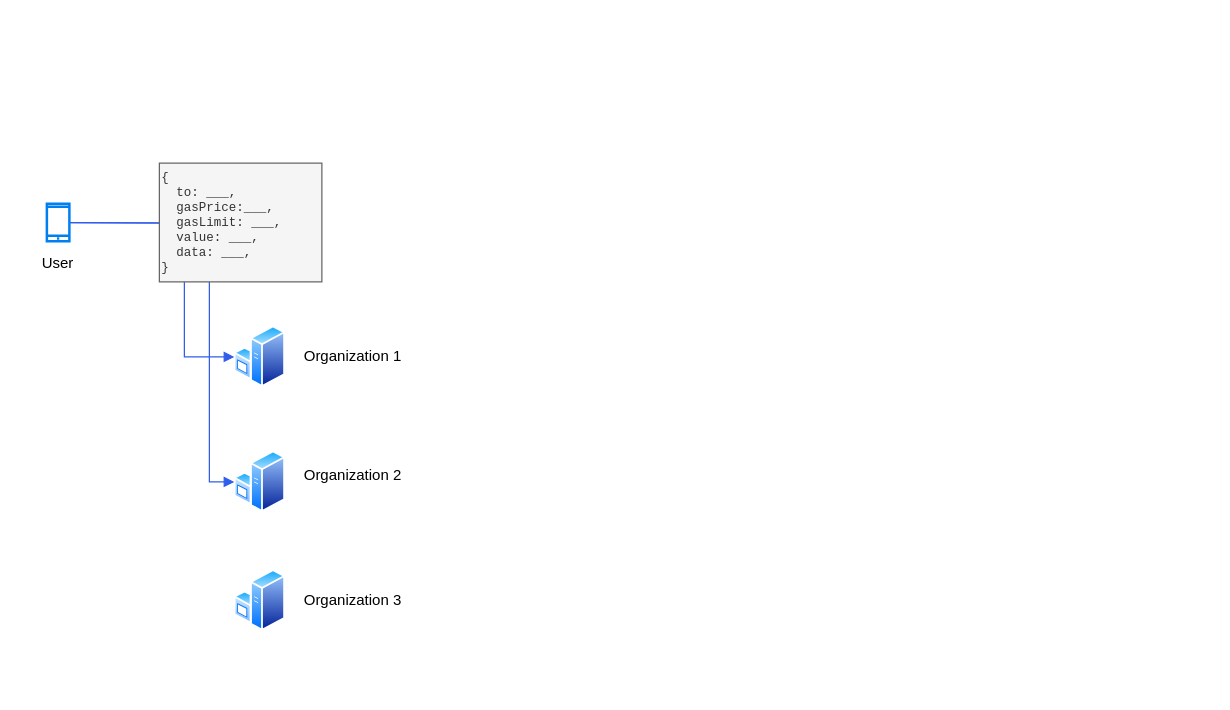
arnabkaycee/arnabkaycee.github.io keeps this draw.io diagram as page "Page-3" (3 of 3) of _posts/FabEthv1/diagrams/eth_fab_comparison_v1.drawio. Above is the earlier version. Source tidied: cells renumbered, new cells numbered last; positions are measured from the earlier drawing's top-left corner, leaving out a move shared by most shapes. Both pictures are drawn from the tidied source at 125%, with x=0, y=0 at pixel (32, 162).
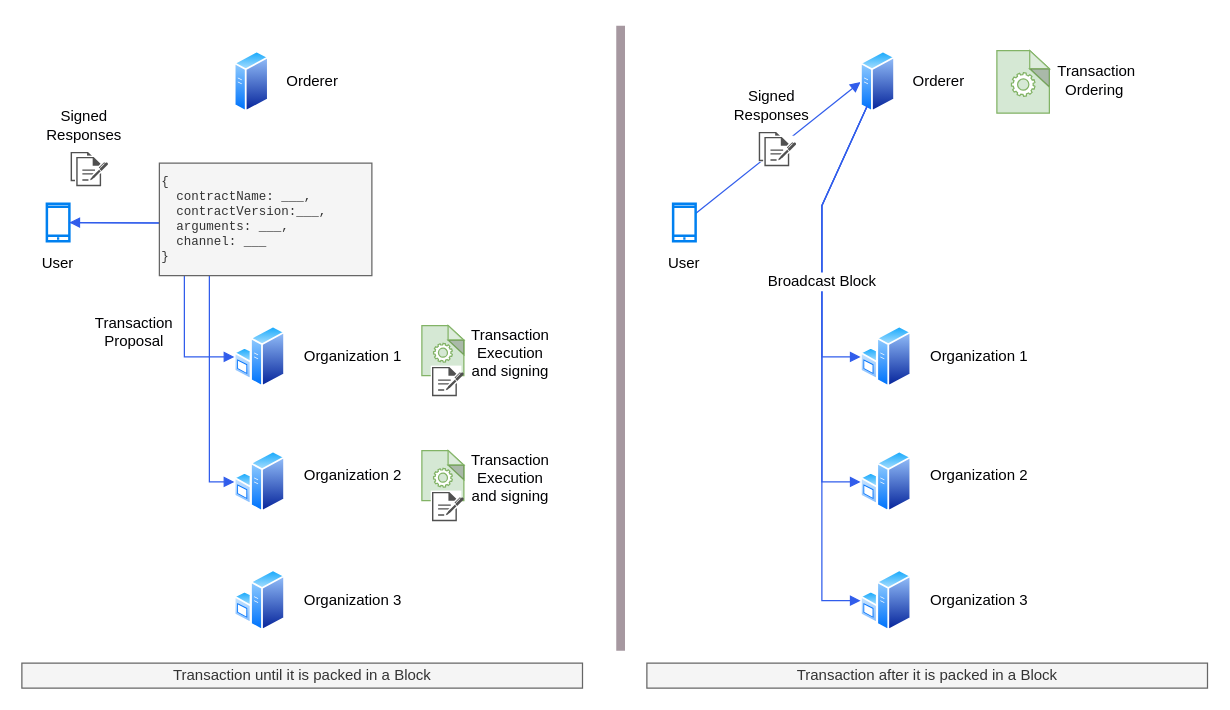
After the change.

Commit message (it also covers changes not shown here):
Update HLF Diagram

What changed in the source:
```diff
@@
-    <mxCell id="2" style="edgeStyle=none;rounded=0;jettySize=auto;html=1;entryX=0;entryY=0.5;entryDx=0;entryDy=0;endArrow=block;endFill=1;strokeColor=#315DEB;strokeWidth=1;fontFamily=Helvetica;fontSize=12;fontColor=#010103;" parent="1" edge="1" source="4" target="7">
-      <mxGeometry relative="1" as="geometry">
-        <Array as="points">
-          <mxPoint x="121" y="48" />
-          <mxPoint x="121" y="155" />
-        </Array>
-      </mxGeometry>
-    </mxCell>
-    <mxCell id="3" style="edgeStyle=none;rounded=0;jettySize=auto;html=1;entryX=0;entryY=0.5;entryDx=0;entryDy=0;endArrow=block;endFill=1;strokeColor=#315DEB;strokeWidth=1;fontFamily=Helvetica;fontSize=12;fontColor=#010103;" parent="1" edge="1" source="4" target="9">
-      <mxGeometry relative="1" as="geometry">
-        <Array as="points">
-          <mxPoint x="141" y="48" />
-          <mxPoint x="141" y="255" />
-        </Array>
-      </mxGeometry>
-    </mxCell>
+    <mxCell id="13" style="group;" parent="1" vertex="1">
+      <mxGeometry y="-90" width="301" height="465" as="geometry" />
+    </mxCell>
-    <mxCell id="4" style="html=1;verticalLabelPosition=bottom;align=center;labelBackgroundColor=#ffffff;verticalAlign=top;strokeWidth=2;strokeColor=#0080F0;shadow=0;dashed=0;shape=mxgraph.ios7.icons.smartphone;" parent="1" vertex="1">
-      <mxGeometry x="11" y="32.5" width="18" height="30" as="geometry" />
+    <mxCell id="4" style="html=1;verticalLabelPosition=bottom;align=center;labelBackgroundColor=#ffffff;verticalAlign=top;strokeWidth=2;strokeColor=#0080F0;shadow=0;dashed=0;shape=mxgraph.ios7.icons.smartphone;" parent="13" vertex="1">
+      <mxGeometry x="11" y="122.5" width="18" height="30" as="geometry" />
     </mxCell>
-    <mxCell id="5" value="{&lt;br style=&quot;font-size: 10px;&quot;&gt;&amp;nbsp; to: ___,&lt;br style=&quot;font-size: 10px;&quot;&gt;&amp;nbsp; gasPrice:___,&lt;br style=&quot;font-size: 10px;&quot;&gt;&amp;nbsp; gasLimit: ___,&lt;br style=&quot;font-size: 10px;&quot;&gt;&amp;nbsp; value: ___,&lt;br style=&quot;font-size: 10px;&quot;&gt;&amp;nbsp; data: ___,&lt;br style=&quot;font-size: 10px;&quot;&gt;}" style="rounded=1;whiteSpace=wrap;html=1;arcSize=0;strokeColor=#666666;align=left;verticalAlign=top;fontFamily=Courier New;fontSize=10;fillColor=#f5f5f5;fontColor=#333333;" parent="1" vertex="1">
-      <mxGeometry x="101" width="130" height="95" as="geometry" />
-    </mxCell>
-    <mxCell id="6" value="User" style="text;html=1;strokeColor=none;fillColor=none;align=center;verticalAlign=middle;whiteSpace=wrap;rounded=0;fontFamily=Helvetica;fontSize=12;" parent="1" vertex="1">
-      <mxGeometry y="70" width="40" height="20" as="geometry" />
+    <mxCell id="6" value="User" style="text;html=1;strokeColor=none;fillColor=none;align=center;verticalAlign=middle;whiteSpace=wrap;rounded=0;fontFamily=Helvetica;fontSize=12;" parent="13" vertex="1">
+      <mxGeometry y="160" width="40" height="20" as="geometry" />
     </mxCell>
-    <mxCell id="7" style="perimeter=ellipsePerimeter;html=1;align=center;shadow=0;dashed=0;spacingTop=3;image;image=img/lib/active_directory/windows_server.svg;strokeColor=#65E330;fontFamily=Helvetica;fontSize=12;fontColor=#010103;" parent="1" vertex="1">
-      <mxGeometry x="161" y="130" width="41" height="50" as="geometry" />
+    <mxCell id="7" style="perimeter=ellipsePerimeter;html=1;align=center;shadow=0;dashed=0;spacingTop=3;image;image=img/lib/active_directory/windows_server.svg;strokeColor=#65E330;fontFamily=Helvetica;fontSize=12;fontColor=#010103;" parent="13" vertex="1">
+      <mxGeometry x="161" y="220" width="41" height="50" as="geometry" />
     </mxCell>
+    <mxCell id="2" style="edgeStyle=none;rounded=0;jettySize=auto;html=1;entryX=0;entryY=0.5;entryDx=0;entryDy=0;endArrow=block;endFill=1;strokeColor=#315DEB;strokeWidth=1;fontFamily=Helvetica;fontSize=12;fontColor=#010103;" parent="13" edge="1" source="4" target="7">
+      <mxGeometry relative="1" as="geometry">
+        <Array as="points">
+          <mxPoint x="121" y="138" />
+          <mxPoint x="121" y="245" />
+        </Array>
+      </mxGeometry>
+    </mxCell>
-    <mxCell id="8" style="perimeter=ellipsePerimeter;html=1;align=center;shadow=0;dashed=0;spacingTop=3;image;image=img/lib/active_directory/windows_server.svg;strokeColor=#65E330;fontFamily=Helvetica;fontSize=12;fontColor=#010103;" parent="1" vertex="1">
-      <mxGeometry x="161" y="325" width="41" height="50" as="geometry" />
+    <mxCell id="8" style="perimeter=ellipsePerimeter;html=1;align=center;shadow=0;dashed=0;spacingTop=3;image;image=img/lib/active_directory/windows_server.svg;strokeColor=#65E330;fontFamily=Helvetica;fontSize=12;fontColor=#010103;" parent="13" vertex="1">
+      <mxGeometry x="161" y="415" width="41" height="50" as="geometry" />
     </mxCell>
-    <mxCell id="9" style="perimeter=ellipsePerimeter;html=1;align=center;shadow=0;dashed=0;spacingTop=3;image;image=img/lib/active_directory/windows_server.svg;strokeColor=#65E330;fontFamily=Helvetica;fontSize=12;fontColor=#010103;" parent="1" vertex="1">
-      <mxGeometry x="161" y="230" width="41" height="50" as="geometry" />
+    <mxCell id="9" style="perimeter=ellipsePerimeter;html=1;align=center;shadow=0;dashed=0;spacingTop=3;image;image=img/lib/active_directory/windows_server.svg;strokeColor=#65E330;fontFamily=Helvetica;fontSize=12;fontColor=#010103;" parent="13" vertex="1">
+      <mxGeometry x="161" y="320" width="41" height="50" as="geometry" />
     </mxCell>
+    <mxCell id="3" style="edgeStyle=none;rounded=0;jettySize=auto;html=1;entryX=0;entryY=0.5;entryDx=0;entryDy=0;endArrow=block;endFill=1;strokeColor=#315DEB;strokeWidth=1;fontFamily=Helvetica;fontSize=12;fontColor=#010103;startArrow=block;startFill=1;" parent="13" edge="1" source="4" target="9">
+      <mxGeometry relative="1" as="geometry">
+        <Array as="points">
+          <mxPoint x="141" y="138" />
+          <mxPoint x="141" y="345" />
+        </Array>
+      </mxGeometry>
+    </mxCell>
-    <mxCell id="10" value="Organization 1" style="text;html=1;strokeColor=none;fillColor=none;align=center;verticalAlign=middle;whiteSpace=wrap;rounded=0;fontFamily=Helvetica;fontSize=12;fontColor=#010103;" parent="1" vertex="1">
-      <mxGeometry x="211" y="145" width="90" height="20" as="geometry" />
+    <mxCell id="10" value="Organization 1" style="text;html=1;strokeColor=none;fillColor=none;align=center;verticalAlign=middle;whiteSpace=wrap;rounded=0;fontFamily=Helvetica;fontSize=12;fontColor=#010103;" parent="13" vertex="1">
+      <mxGeometry x="211" y="235" width="90" height="20" as="geometry" />
     </mxCell>
-    <mxCell id="11" value="Organization 2" style="text;html=1;strokeColor=none;fillColor=none;align=center;verticalAlign=middle;whiteSpace=wrap;rounded=0;fontFamily=Helvetica;fontSize=12;fontColor=#010103;" parent="1" vertex="1">
-      <mxGeometry x="211" y="240" width="90" height="20" as="geometry" />
+    <mxCell id="11" value="Organization 2" style="text;html=1;strokeColor=none;fillColor=none;align=center;verticalAlign=middle;whiteSpace=wrap;rounded=0;fontFamily=Helvetica;fontSize=12;fontColor=#010103;" parent="13" vertex="1">
+      <mxGeometry x="211" y="330" width="90" height="20" as="geometry" />
     </mxCell>
-    <mxCell id="12" value="Organization 3" style="text;html=1;strokeColor=none;fillColor=none;align=center;verticalAlign=middle;whiteSpace=wrap;rounded=0;fontFamily=Helvetica;fontSize=12;fontColor=#010103;" parent="1" vertex="1">
-      <mxGeometry x="211" y="340" width="90" height="20" as="geometry" />
+    <mxCell id="12" value="Organization 3" style="text;html=1;strokeColor=none;fillColor=none;align=center;verticalAlign=middle;whiteSpace=wrap;rounded=0;fontFamily=Helvetica;fontSize=12;fontColor=#010103;" parent="13" vertex="1">
+      <mxGeometry x="211" y="430" width="90" height="20" as="geometry" />
     </mxCell>
+    <mxCell id="14" value="Transaction Proposal" style="text;html=1;strokeColor=none;fillColor=none;align=center;verticalAlign=middle;whiteSpace=wrap;rounded=0;fontFamily=Helvetica;fontSize=12;fontColor=#010103;" parent="13" vertex="1">
+      <mxGeometry x="61" y="215" width="40" height="20" as="geometry" />
+    </mxCell>
+    <mxCell id="15" style="group;" parent="13" vertex="1">
+      <mxGeometry x="161" width="90" height="50" as="geometry" />
+    </mxCell>
+    <mxCell id="16" style="perimeter=ellipsePerimeter;html=1;align=center;shadow=0;dashed=0;spacingTop=3;image;image=img/lib/active_directory/generic_server.svg;strokeColor=#65E330;fontFamily=Helvetica;fontSize=12;fontColor=#010103;" parent="15" vertex="1">
+      <mxGeometry width="28" height="50" as="geometry" />
+    </mxCell>
+    <mxCell id="17" value="Orderer" style="text;html=1;strokeColor=none;fillColor=none;align=left;verticalAlign=middle;whiteSpace=wrap;rounded=0;fontFamily=Helvetica;fontSize=12;fontColor=#010103;" parent="15" vertex="1">
+      <mxGeometry x="40" y="15" width="50" height="20" as="geometry" />
+    </mxCell>
+    <mxCell id="5" value="{&lt;br style=&quot;font-size: 10px&quot;&gt;&amp;nbsp; contractName: ___,&lt;br style=&quot;font-size: 10px&quot;&gt;&amp;nbsp; contractVersion:___,&lt;br style=&quot;font-size: 10px&quot;&gt;&amp;nbsp; arguments: ___,&lt;br style=&quot;font-size: 10px&quot;&gt;&amp;nbsp; channel: ___&lt;br style=&quot;font-size: 10px&quot;&gt;}" style="rounded=1;whiteSpace=wrap;html=1;arcSize=0;strokeColor=#666666;align=left;verticalAlign=middle;fontFamily=Courier New;fontSize=10;fillColor=#f5f5f5;fontColor=#333333;" parent="13" vertex="1">
+      <mxGeometry x="101" y="90" width="170" height="90" as="geometry" />
+    </mxCell>
+    <mxCell id="18" style="group;" parent="13" vertex="1">
+      <mxGeometry x="29" y="80" width="31.5" height="30" as="geometry" />
+    </mxCell>
+    <mxCell id="19" style="group;" parent="18" vertex="1">
+      <mxGeometry width="31.5" height="30" as="geometry" />
+    </mxCell>
+    <mxCell id="20" style="rounded=0;whiteSpace=wrap;html=1;fontFamily=Helvetica;fontSize=12;fontColor=#010103;align=left;strokeColor=none;" parent="19" vertex="1">
+      <mxGeometry width="24.5" height="25" as="geometry" />
+    </mxCell>
+    <mxCell id="21" style="shadow=0;dashed=0;html=1;strokeColor=none;fillColor=#505050;labelPosition=center;verticalLabelPosition=bottom;verticalAlign=top;align=center;shape=mxgraph.office.concepts.sign_up;fontFamily=Helvetica;fontSize=12;fontColor=#010103;" parent="19" vertex="1">
+      <mxGeometry x="1" y="1" width="25.5" height="23.5" as="geometry" />
+    </mxCell>
+    <mxCell id="22" style="group;" parent="19" vertex="1">
+      <mxGeometry x="4.5" y="4" width="26.5" height="25" as="geometry" />
+    </mxCell>
+    <mxCell id="23" style="rounded=0;whiteSpace=wrap;html=1;fontFamily=Helvetica;fontSize=12;fontColor=#010103;align=left;strokeColor=none;" parent="22" vertex="1">
+      <mxGeometry width="24.5" height="25" as="geometry" />
+    </mxCell>
+    <mxCell id="24" style="shadow=0;dashed=0;html=1;strokeColor=none;fillColor=#505050;labelPosition=center;verticalLabelPosition=bottom;verticalAlign=top;align=center;shape=mxgraph.office.concepts.sign_up;fontFamily=Helvetica;fontSize=12;fontColor=#010103;" parent="22" vertex="1">
+      <mxGeometry x="1" y="1" width="25.5" height="23.5" as="geometry" />
+    </mxCell>
+    <mxCell id="25" value="Signed Responses" style="text;html=1;strokeColor=none;fillColor=none;align=center;verticalAlign=middle;whiteSpace=wrap;rounded=0;fontFamily=Helvetica;fontSize=12;fontColor=#010103;" parent="13" vertex="1">
+      <mxGeometry x="20.5" y="50" width="40" height="20" as="geometry" />
+    </mxCell>
+    <mxCell id="26" style="rounded=0;whiteSpace=wrap;html=1;fontFamily=Helvetica;fontSize=12;fontColor=#010103;align=left;strokeColor=none;" parent="1" vertex="1">
+      <mxGeometry x="481" y="30" width="24.5" height="25" as="geometry" />
+    </mxCell>
+    <mxCell id="27" style="group;" parent="1" vertex="1">
+      <mxGeometry x="311" y="130" width="88" height="57" as="geometry" />
+    </mxCell>
+    <mxCell id="28" style="group;" parent="27" vertex="1">
+      <mxGeometry width="88" height="57" as="geometry" />
+    </mxCell>
+    <mxCell id="29" style="html=1;strokeColor=#82b366;shadow=0;align=center;verticalAlign=top;fillColor=#d5e8d4;shape=mxgraph.gcp2.process;fontFamily=Helvetica;fontSize=12;" parent="28" vertex="1">
+      <mxGeometry width="33.6" height="40" as="geometry" />
+    </mxCell>
+    <mxCell id="30" value="Transaction Execution and signing" style="text;html=1;strokeColor=none;fillColor=none;align=center;verticalAlign=middle;whiteSpace=wrap;rounded=0;fontFamily=Helvetica;fontSize=12;fontColor=#010103;" parent="28" vertex="1">
+      <mxGeometry x="51" y="12" width="40" height="20" as="geometry" />
+    </mxCell>
+    <mxCell id="31" style="rounded=0;whiteSpace=wrap;html=1;fontFamily=Helvetica;fontSize=12;fontColor=#010103;align=left;strokeColor=none;" parent="28" vertex="1">
+      <mxGeometry x="7.1" y="32" width="24.5" height="25" as="geometry" />
+    </mxCell>
+    <mxCell id="32" style="shadow=0;dashed=0;html=1;strokeColor=none;fillColor=#505050;labelPosition=center;verticalLabelPosition=bottom;verticalAlign=top;align=center;shape=mxgraph.office.concepts.sign_up;fontFamily=Helvetica;fontSize=12;fontColor=#010103;" parent="28" vertex="1">
+      <mxGeometry x="8.1" y="33" width="25.5" height="23.5" as="geometry" />
+    </mxCell>
+    <mxCell id="33" style="group;" parent="1" vertex="1">
+      <mxGeometry x="311" y="230" width="88" height="57" as="geometry" />
+    </mxCell>
+    <mxCell id="34" style="group;" parent="33" vertex="1">
+      <mxGeometry width="88" height="57" as="geometry" />
+    </mxCell>
+    <mxCell id="35" style="html=1;strokeColor=#82b366;shadow=0;align=center;verticalAlign=top;fillColor=#d5e8d4;shape=mxgraph.gcp2.process;fontFamily=Helvetica;fontSize=12;" parent="34" vertex="1">
+      <mxGeometry width="33.6" height="40" as="geometry" />
+    </mxCell>
+    <mxCell id="36" value="Transaction Execution and signing" style="text;html=1;strokeColor=none;fillColor=none;align=center;verticalAlign=middle;whiteSpace=wrap;rounded=0;fontFamily=Helvetica;fontSize=12;fontColor=#010103;" parent="34" vertex="1">
+      <mxGeometry x="51" y="12" width="40" height="20" as="geometry" />
+    </mxCell>
+    <mxCell id="37" style="rounded=0;whiteSpace=wrap;html=1;fontFamily=Helvetica;fontSize=12;fontColor=#010103;align=left;strokeColor=none;" parent="34" vertex="1">
+      <mxGeometry x="7.1" y="32" width="24.5" height="25" as="geometry" />
+    </mxCell>
+    <mxCell id="38" style="shadow=0;dashed=0;html=1;strokeColor=none;fillColor=#505050;labelPosition=center;verticalLabelPosition=bottom;verticalAlign=top;align=center;shape=mxgraph.office.concepts.sign_up;fontFamily=Helvetica;fontSize=12;fontColor=#010103;" parent="34" vertex="1">
+      <mxGeometry x="8.1" y="33" width="25.5" height="23.5" as="geometry" />
+    </mxCell>
+    <mxCell id="39" style="edgeStyle=none;rounded=0;jettySize=auto;html=1;entryX=0;entryY=0.5;entryDx=0;entryDy=0;startArrow=none;startFill=0;endArrow=block;endFill=1;strokeColor=#315DEB;strokeWidth=1;fontFamily=Helvetica;fontSize=12;fontColor=#010103;" parent="1" edge="1" source="40" target="49">
+      <mxGeometry relative="1" as="geometry" />
+    </mxCell>
+    <mxCell id="40" style="html=1;verticalLabelPosition=bottom;align=center;labelBackgroundColor=#ffffff;verticalAlign=top;strokeWidth=2;strokeColor=#0080F0;shadow=0;dashed=0;shape=mxgraph.ios7.icons.smartphone;" parent="1" vertex="1">
+      <mxGeometry x="512" y="32.5" width="18" height="30" as="geometry" />
+    </mxCell>
+    <mxCell id="41" value="User" style="text;html=1;strokeColor=none;fillColor=none;align=center;verticalAlign=middle;whiteSpace=wrap;rounded=0;fontFamily=Helvetica;fontSize=12;" parent="1" vertex="1">
+      <mxGeometry x="501" y="70" width="40" height="20" as="geometry" />
+    </mxCell>
+    <mxCell id="42" style="perimeter=ellipsePerimeter;html=1;align=center;shadow=0;dashed=0;spacingTop=3;image;image=img/lib/active_directory/windows_server.svg;strokeColor=#65E330;fontFamily=Helvetica;fontSize=12;fontColor=#010103;" parent="1" vertex="1">
+      <mxGeometry x="662" y="130" width="41" height="50" as="geometry" />
+    </mxCell>
+    <mxCell id="43" style="perimeter=ellipsePerimeter;html=1;align=center;shadow=0;dashed=0;spacingTop=3;image;image=img/lib/active_directory/windows_server.svg;strokeColor=#65E330;fontFamily=Helvetica;fontSize=12;fontColor=#010103;" parent="1" vertex="1">
+      <mxGeometry x="662" y="325" width="41" height="50" as="geometry" />
+    </mxCell>
+    <mxCell id="44" style="perimeter=ellipsePerimeter;html=1;align=center;shadow=0;dashed=0;spacingTop=3;image;image=img/lib/active_directory/windows_server.svg;strokeColor=#65E330;fontFamily=Helvetica;fontSize=12;fontColor=#010103;" parent="1" vertex="1">
+      <mxGeometry x="662" y="230" width="41" height="50" as="geometry" />
+    </mxCell>
+    <mxCell id="45" value="Organization 1" style="text;html=1;strokeColor=none;fillColor=none;align=center;verticalAlign=middle;whiteSpace=wrap;rounded=0;fontFamily=Helvetica;fontSize=12;fontColor=#010103;" parent="1" vertex="1">
+      <mxGeometry x="712" y="145" width="90" height="20" as="geometry" />
+    </mxCell>
+    <mxCell id="46" value="Organization 2" style="text;html=1;strokeColor=none;fillColor=none;align=center;verticalAlign=middle;whiteSpace=wrap;rounded=0;fontFamily=Helvetica;fontSize=12;fontColor=#010103;" parent="1" vertex="1">
+      <mxGeometry x="712" y="240" width="90" height="20" as="geometry" />
+    </mxCell>
+    <mxCell id="47" value="Organization 3" style="text;html=1;strokeColor=none;fillColor=none;align=center;verticalAlign=middle;whiteSpace=wrap;rounded=0;fontFamily=Helvetica;fontSize=12;fontColor=#010103;" parent="1" vertex="1">
+      <mxGeometry x="712" y="340" width="90" height="20" as="geometry" />
+    </mxCell>
+    <mxCell id="48" style="group;" parent="1" vertex="1">
+      <mxGeometry x="662" y="-90" width="90" height="50" as="geometry" />
+    </mxCell>
+    <mxCell id="49" style="perimeter=ellipsePerimeter;html=1;align=center;shadow=0;dashed=0;spacingTop=3;image;image=img/lib/active_directory/generic_server.svg;strokeColor=#65E330;fontFamily=Helvetica;fontSize=12;fontColor=#010103;" parent="48" vertex="1">
+      <mxGeometry width="28" height="50" as="geometry" />
+    </mxCell>
+    <mxCell id="50" value="Orderer" style="text;html=1;strokeColor=none;fillColor=none;align=left;verticalAlign=middle;whiteSpace=wrap;rounded=0;fontFamily=Helvetica;fontSize=12;fontColor=#010103;" parent="48" vertex="1">
+      <mxGeometry x="40" y="15" width="50" height="20" as="geometry" />
+    </mxCell>
+    <mxCell id="51" style="group;" parent="1" vertex="1">
+      <mxGeometry x="579.5" y="-26" width="31.5" height="30" as="geometry" />
+    </mxCell>
+    <mxCell id="52" style="group;" parent="51" vertex="1">
+      <mxGeometry width="31.5" height="30" as="geometry" />
+    </mxCell>
+    <mxCell id="53" style="rounded=0;whiteSpace=wrap;html=1;fontFamily=Helvetica;fontSize=12;fontColor=#010103;align=left;strokeColor=none;" parent="52" vertex="1">
+      <mxGeometry width="24.5" height="25" as="geometry" />
+    </mxCell>
+    <mxCell id="54" style="shadow=0;dashed=0;html=1;strokeColor=none;fillColor=#505050;labelPosition=center;verticalLabelPosition=bottom;verticalAlign=top;align=center;shape=mxgraph.office.concepts.sign_up;fontFamily=Helvetica;fontSize=12;fontColor=#010103;" parent="52" vertex="1">
+      <mxGeometry x="1" y="1" width="25.5" height="23.5" as="geometry" />
+    </mxCell>
+    <mxCell id="55" style="group;" parent="52" vertex="1">
+      <mxGeometry x="4.5" y="4" width="26.5" height="25" as="geometry" />
+    </mxCell>
+    <mxCell id="56" style="rounded=0;whiteSpace=wrap;html=1;fontFamily=Helvetica;fontSize=12;fontColor=#010103;align=left;strokeColor=none;" parent="55" vertex="1">
+      <mxGeometry width="24.5" height="25" as="geometry" />
+    </mxCell>
+    <mxCell id="57" style="shadow=0;dashed=0;html=1;strokeColor=none;fillColor=#505050;labelPosition=center;verticalLabelPosition=bottom;verticalAlign=top;align=center;shape=mxgraph.office.concepts.sign_up;fontFamily=Helvetica;fontSize=12;fontColor=#010103;" parent="55" vertex="1">
+      <mxGeometry x="1" y="1" width="25.5" height="23.5" as="geometry" />
+    </mxCell>
+    <mxCell id="58" value="Signed Responses" style="text;html=1;strokeColor=none;fillColor=none;align=center;verticalAlign=middle;whiteSpace=wrap;rounded=0;fontFamily=Helvetica;fontSize=12;fontColor=#010103;" parent="1" vertex="1">
+      <mxGeometry x="571" y="-56" width="40" height="20" as="geometry" />
+    </mxCell>
+    <mxCell id="59" style="html=1;strokeColor=#82b366;shadow=0;align=center;verticalAlign=top;fillColor=#d5e8d4;shape=mxgraph.gcp2.process;fontFamily=Helvetica;fontSize=12;" parent="1" vertex="1">
+      <mxGeometry x="771" y="-90" width="42" height="50" as="geometry" />
+    </mxCell>
+    <mxCell id="60" value="Transaction Ordering&amp;nbsp;" style="text;html=1;strokeColor=none;fillColor=none;align=center;verticalAlign=middle;whiteSpace=wrap;rounded=0;fontFamily=Helvetica;fontSize=12;fontColor=#010103;" parent="1" vertex="1">
+      <mxGeometry x="831" y="-76" width="40" height="20" as="geometry" />
+    </mxCell>
+    <mxCell id="61" style="edgeStyle=none;rounded=0;jettySize=auto;html=1;entryX=0;entryY=0.5;entryDx=0;entryDy=0;startArrow=none;startFill=0;endArrow=block;endFill=1;strokeColor=#315DEB;strokeWidth=1;fontFamily=Helvetica;fontSize=12;fontColor=#010103;" parent="1" edge="1" source="49" target="42">
+      <mxGeometry relative="1" as="geometry">
+        <Array as="points">
+          <mxPoint x="631" y="34" />
+          <mxPoint x="631" y="155" />
+        </Array>
+      </mxGeometry>
+    </mxCell>
+    <mxCell id="62" style="edgeStyle=none;rounded=0;jettySize=auto;html=1;entryX=0;entryY=0.5;entryDx=0;entryDy=0;startArrow=none;startFill=0;endArrow=block;endFill=1;strokeColor=#315DEB;strokeWidth=1;fontFamily=Helvetica;fontSize=12;fontColor=#010103;" parent="1" edge="1" source="49" target="44">
+      <mxGeometry relative="1" as="geometry">
+        <Array as="points">
+          <mxPoint x="631" y="34" />
+          <mxPoint x="631" y="255" />
+        </Array>
+      </mxGeometry>
+    </mxCell>
+    <mxCell id="63" value="Broadcast Block" style="edgeStyle=none;rounded=0;jettySize=auto;html=1;entryX=0;entryY=0.5;entryDx=0;entryDy=0;startArrow=none;startFill=0;endArrow=block;endFill=1;strokeColor=#315DEB;strokeWidth=1;fontFamily=Helvetica;fontSize=12;fontColor=#010103;" parent="1" edge="1" source="49" target="43">
+      <mxGeometry x="-0.32" relative="1" as="geometry">
+        <Array as="points">
+          <mxPoint x="631" y="34" />
+          <mxPoint x="631" y="350" />
+        </Array>
+      </mxGeometry>
+    </mxCell>
+    <mxCell id="64" style="endArrow=none;html=1;strokeWidth=7;fontFamily=Helvetica;fontSize=12;fontColor=#010103;strokeColor=#A698A0;" parent="1" edge="1">
+      <mxGeometry relative="1" as="geometry">
+        <mxPoint x="470" y="390" as="sourcePoint" />
+        <mxPoint x="470" y="-110" as="targetPoint" />
+      </mxGeometry>
+    </mxCell>
+    <mxCell id="65" value="Transaction until it is packed in a Block" style="text;html=1;align=center;verticalAlign=middle;whiteSpace=wrap;rounded=0;fontFamily=Helvetica;fontSize=12;fillColor=#f5f5f5;strokeColor=#666666;fontColor=#333333;" parent="1" vertex="1">
+      <mxGeometry x="-9" y="400" width="448.5" height="20" as="geometry" />
+    </mxCell>
+    <mxCell id="66" value="Transaction after it is packed in a Block" style="text;html=1;align=center;verticalAlign=middle;whiteSpace=wrap;rounded=0;fontFamily=Helvetica;fontSize=12;fillColor=#f5f5f5;strokeColor=#666666;fontColor=#333333;" parent="1" vertex="1">
+      <mxGeometry x="491" y="400" width="448.5" height="20" as="geometry" />
+    </mxCell>
```
